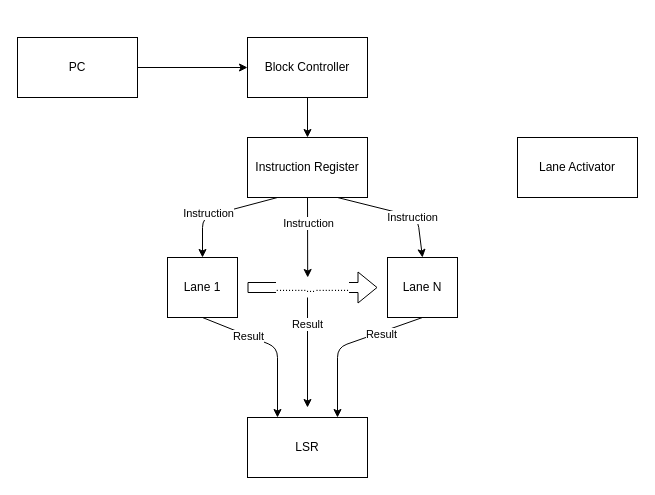
Earlier version of the draw.io diagram Research/diagrams/ideas/laneblock.drawio (ItsAKanifee/GPU). Source tidied: cells renumbered, new cells numbered last; positions are measured from the earlier drawing's top-left corner, leaving out a move shared by most shapes. Both pictures are drawn from the tidied source at 100%, with x=0, y=0 at pixel (17, 37).
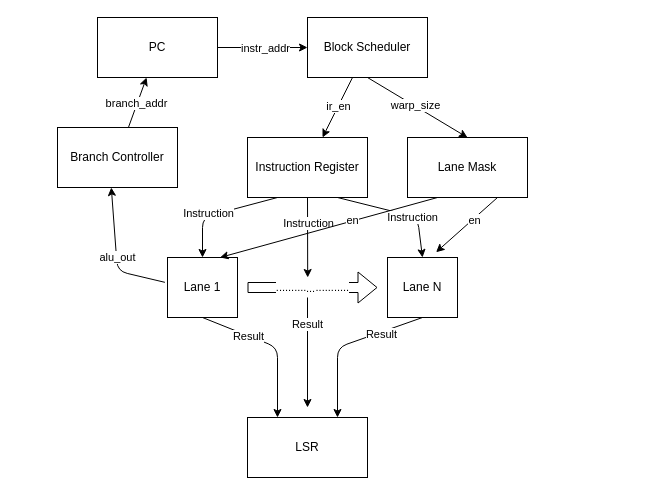
After the change.

Commit message (it also covers changes not shown here):
Add memory hierarchy documentation and warp formation notes

The change refers to these unchanged cells:
```xml
<mxCell id="11" value="Lane 1" style="rounded=0;whiteSpace=wrap;html=1;" parent="1" vertex="1">
  <mxGeometry x="150" y="220" width="70" height="60" as="geometry" />
</mxCell>
<mxCell id="14" value="Lane N" style="rounded=0;whiteSpace=wrap;html=1;" parent="1" vertex="1">
  <mxGeometry x="370" y="220" width="70" height="60" as="geometry" />
</mxCell>
<mxCell id="21" style="edgeStyle=none;html=1;" parent="1" edge="1" source="22" target="24">
  <mxGeometry relative="1" as="geometry" />
</mxCell>
<mxCell id="23" style="edgeStyle=none;html=1;" parent="1" edge="1" source="24" target="8">
  <mxGeometry relative="1" as="geometry" />
</mxCell>
```

What changed in the source:
```diff
@@
+    <mxCell id="25" style="edgeStyle=none;html=1;exitX=0.25;exitY=1;exitDx=0;exitDy=0;entryX=0.75;entryY=0;entryDx=0;entryDy=0;" parent="1" edge="1" source="20" target="11">
+      <mxGeometry relative="1" as="geometry" />
+    </mxCell>
+    <mxCell id="26" value="en" style="edgeLabel;html=1;align=center;verticalAlign=middle;" parent="25" vertex="1">
+      <mxGeometry x="-0.22" y="-1" relative="1" as="geometry" />
+    </mxCell>
-    <mxCell id="20" value="Lane Activator" style="rounded=0;whiteSpace=wrap;html=1;" parent="1" vertex="1">
-      <mxGeometry x="500" y="100" width="120" height="60" as="geometry" />
+    <mxCell id="20" value="Lane Mask" style="rounded=0;whiteSpace=wrap;html=1;" parent="1" vertex="1">
+      <mxGeometry x="390" y="100" width="120" height="60" as="geometry" />
     </mxCell>
@@
+    <mxCell id="27" value="instr_addr" style="edgeLabel;html=1;align=center;verticalAlign=middle;" parent="21" vertex="1">
+      <mxGeometry x="0.04" relative="1" as="geometry" />
+    </mxCell>
     <mxCell id="22" value="PC" style="rounded=0;whiteSpace=wrap;html=1;" parent="1" vertex="1">
-      <mxGeometry width="120" height="60" as="geometry" />
+      <mxGeometry x="80" y="-20" width="120" height="60" as="geometry" />
     </mxCell>
@@
+    <mxCell id="28" value="ir_en" style="edgeLabel;html=1;align=center;verticalAlign=middle;" parent="23" vertex="1">
+      <mxGeometry x="-0.06" relative="1" as="geometry" />
+    </mxCell>
+    <mxCell id="29" style="edgeStyle=none;html=1;exitX=0.5;exitY=1;exitDx=0;exitDy=0;entryX=0.5;entryY=0;entryDx=0;entryDy=0;" parent="1" edge="1" source="24" target="20">
+      <mxGeometry relative="1" as="geometry" />
+    </mxCell>
+    <mxCell id="30" value="warp_size" style="edgeLabel;html=1;align=center;verticalAlign=middle;" parent="29" vertex="1">
+      <mxGeometry x="-0.05" y="1" relative="1" as="geometry" />
+    </mxCell>
-    <mxCell id="24" value="Block Controller" style="rounded=0;whiteSpace=wrap;html=1;" parent="1" vertex="1">
-      <mxGeometry x="230" width="120" height="60" as="geometry" />
+    <mxCell id="24" value="Block Scheduler" style="rounded=0;whiteSpace=wrap;html=1;" parent="1" vertex="1">
+      <mxGeometry x="290" y="-20" width="120" height="60" as="geometry" />
     </mxCell>
+    <mxCell id="31" style="edgeStyle=none;html=1;exitX=0.75;exitY=1;exitDx=0;exitDy=0;entryX=0.694;entryY=-0.088;entryDx=0;entryDy=0;entryPerimeter=0;" parent="1" edge="1" source="20" target="14">
+      <mxGeometry relative="1" as="geometry" />
+    </mxCell>
+    <mxCell id="32" value="en" style="edgeLabel;html=1;align=center;verticalAlign=middle;" parent="31" vertex="1">
+      <mxGeometry x="-0.19" y="1" relative="1" as="geometry" />
+    </mxCell>
+    <mxCell id="33" style="edgeStyle=none;html=1;" parent="1" edge="1" source="35" target="22">
+      <mxGeometry relative="1" as="geometry" />
+    </mxCell>
+    <mxCell id="34" value="branch_addr" style="edgeLabel;html=1;align=center;verticalAlign=middle;" parent="33" vertex="1">
+      <mxGeometry x="-0.03" y="1" relative="1" as="geometry" />
+    </mxCell>
+    <mxCell id="35" value="Branch Controller" style="rounded=0;whiteSpace=wrap;html=1;" parent="1" vertex="1">
+      <mxGeometry x="40" y="90" width="120" height="60" as="geometry" />
+    </mxCell>
+    <mxCell id="36" style="edgeStyle=none;html=1;exitX=-0.037;exitY=0.414;exitDx=0;exitDy=0;entryX=0.448;entryY=1.107;entryDx=0;entryDy=0;entryPerimeter=0;exitPerimeter=0;" parent="1" edge="1" source="11">
+      <mxGeometry relative="1" as="geometry">
+        <mxPoint x="93.8" y="150" as="targetPoint" />
+        <Array as="points">
+          <mxPoint x="100" y="233.6" />
+        </Array>
+      </mxGeometry>
+    </mxCell>
+    <mxCell id="37" value="alu_out" style="edgeLabel;html=1;align=center;verticalAlign=middle;" parent="36" vertex="1">
+      <mxGeometry x="-0.61" y="1" relative="1" as="geometry">
+        <mxPoint x="-22" y="-20" as="offset" />
+      </mxGeometry>
+    </mxCell>
```
